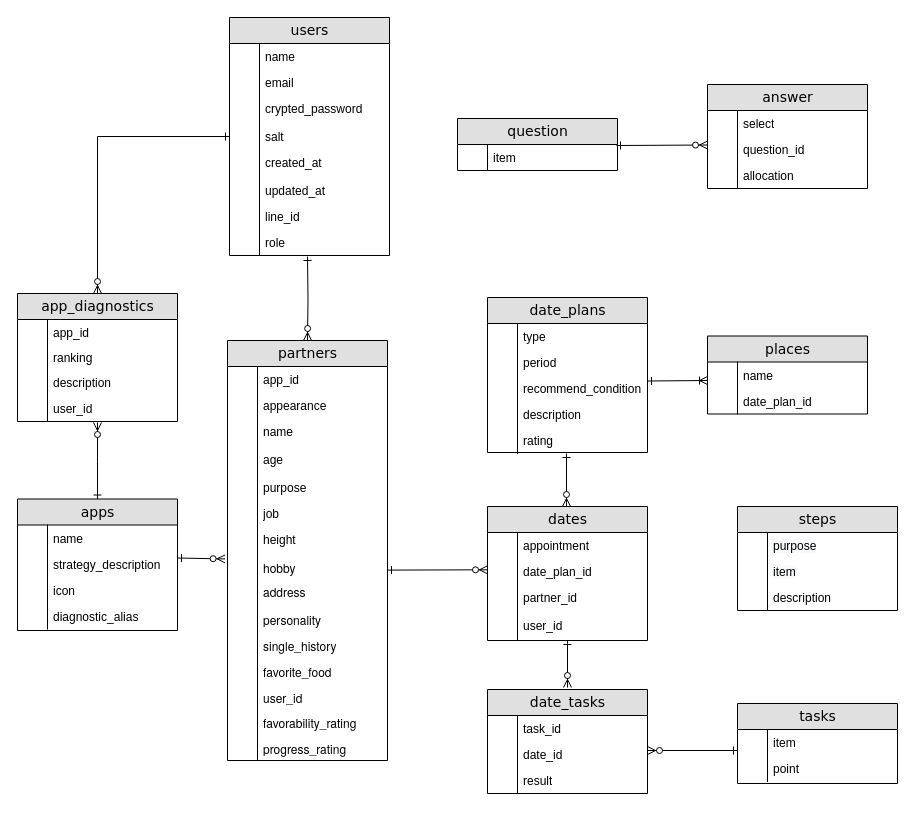
kstar0102/ryuki0102 keeps this draw.io diagram as Untitled Diagram.drawio. Above is the earlier version. Source tidied: cells renumbered, new cells numbered last; positions are measured from the earlier drawing's top-left corner, leaving out a move shared by most shapes. Both pictures are drawn from the tidied source at 100%, with x=0, y=0 at pixel (17, 17).
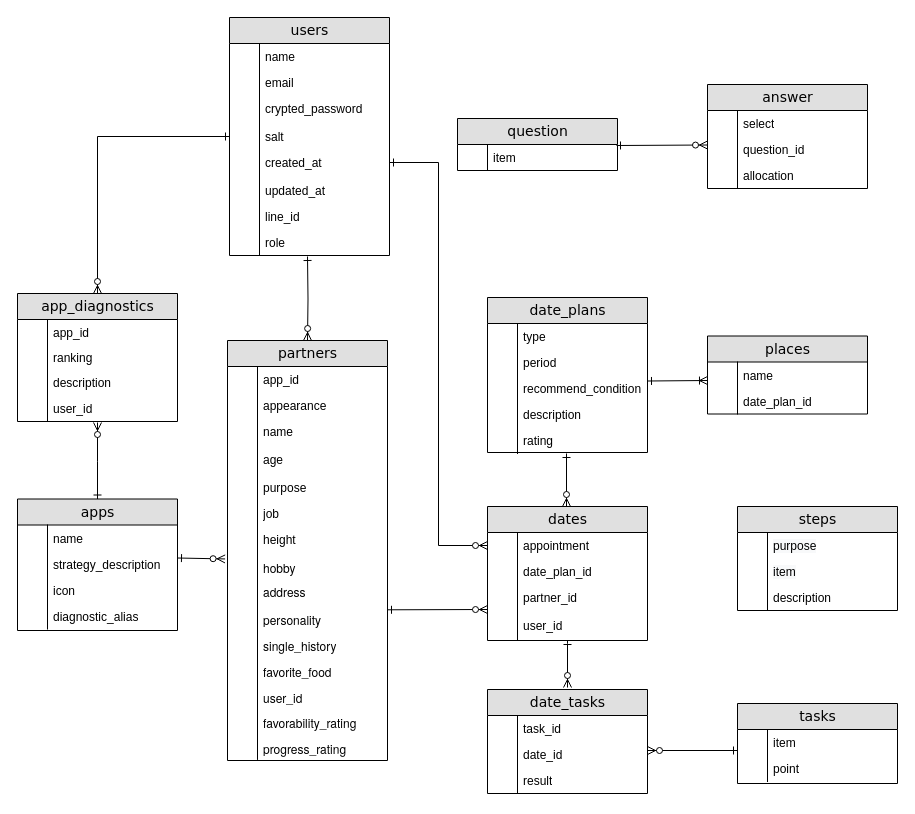
Above is the later version.

Unchanged cells that the change refers to:
```xml
<mxCell id="14" value="created_at" style="shape=partialRectangle;top=0;left=0;right=0;bottom=0;html=1;align=left;verticalAlign=top;fillColor=none;spacingLeft=34;spacingRight=4;whiteSpace=wrap;overflow=hidden;points=[[0,0.5],[1,0.5]];portConstraint=eastwest;" parent="1" vertex="1">
  <mxGeometry x="212" y="132" width="160" height="26" as="geometry" />
</mxCell>
<mxCell id="57" value="appointment" style="shape=partialRectangle;top=0;left=0;right=0;bottom=0;html=1;align=left;verticalAlign=top;fillColor=none;spacingLeft=34;spacingRight=4;whiteSpace=wrap;overflow=hidden;points=[[0,0.5],[1,0.5]];portConstraint=eastwest;" parent="56" vertex="1">
  <mxGeometry y="26" width="160" height="26" as="geometry" />
</mxCell>
```

What changed in the source:
```diff
@@
+    <mxCell id="136" style="edgeStyle=orthogonalEdgeStyle;rounded=0;jettySize=auto;html=1;exitX=1;exitY=0.5;exitDx=0;exitDy=0;entryX=0;entryY=0.5;entryDx=0;entryDy=0;fontSize=11;startArrow=ERone;startFill=0;endArrow=ERzeroToMany;endFill=1;endSize=6;strokeWidth=1;" parent="1" edge="1" source="14" target="57">
+      <mxGeometry relative="1" as="geometry" />
+    </mxCell>
@@
     <mxCell id="120" style="endArrow=ERzeroToMany;html=1;rounded=0;startArrow=ERone;startFill=0;endFill=1;" parent="1" edge="1">
       <mxGeometry relative="1" as="geometry">
-        <mxPoint x="370" y="552.6" as="sourcePoint" />
-        <mxPoint x="470" y="552.3" as="targetPoint" />
+        <mxPoint x="370" y="592.3" as="sourcePoint" />
+        <mxPoint x="470" y="592" as="targetPoint" />
       </mxGeometry>
     </mxCell>
```
